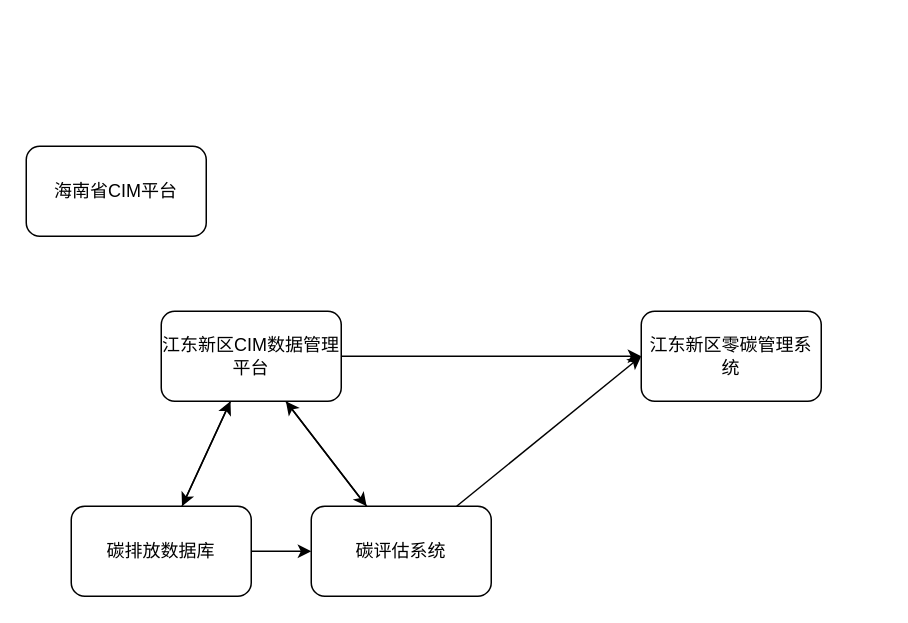
Above: CIM时空大数据总体设计.drawio in gaochaowyq/MinderGraph (draw.io), before the change. Source tidied: cells renumbered, new cells numbered last; positions are measured from the earlier drawing's top-left corner, leaving out a move shared by most shapes. Both pictures are drawn from the tidied source at 150%, with x=0, y=0 at pixel (26, 146).
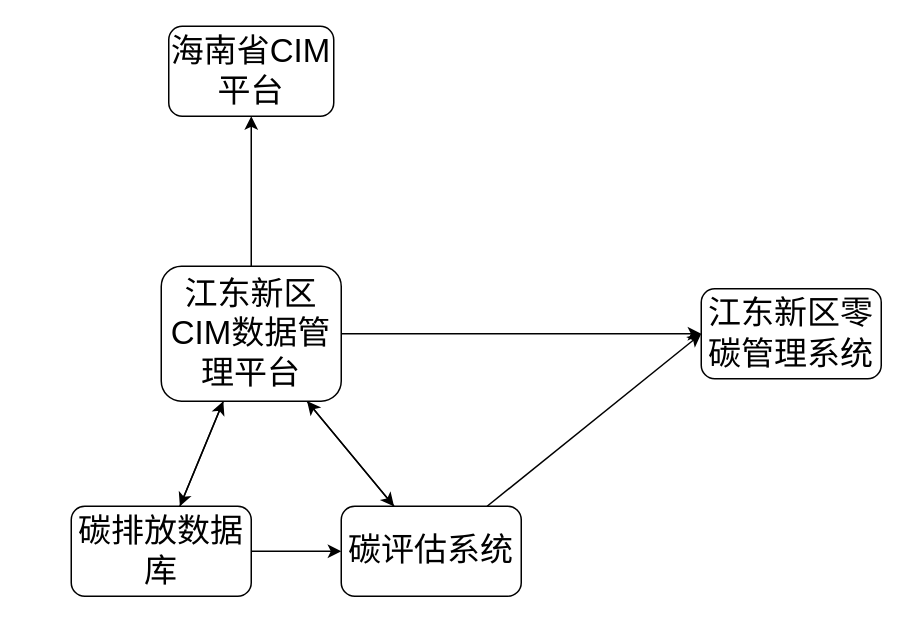
The same page after the edit.

Commit message (it also covers changes not shown here):
更新CIM时空大数据总体设计.drawio

What changed in the source:
```diff
@@
 <mxGraphModel>
   <root>
     <mxCell id="0" />
     <mxCell id="1" parent="0" />
     <mxCell id="2" style="edgeStyle=orthogonalEdgeStyle;rounded=0;jettySize=auto;html=1;" parent="1" edge="1" source="5" target="6">
       <mxGeometry relative="1" as="geometry" />
     </mxCell>
     <mxCell id="3" style="rounded=0;jettySize=auto;html=1;" parent="1" edge="1" source="5" target="9">
       <mxGeometry relative="1" as="geometry" />
     </mxCell>
     <mxCell id="4" style="rounded=0;jettySize=auto;html=1;" parent="1" edge="1" source="5" target="12">
       <mxGeometry relative="1" as="geometry" />
     </mxCell>
+    <mxCell id="14" style="rounded=0;jettySize=auto;html=1;" parent="1" edge="1" source="5" target="13">
+      <mxGeometry relative="1" as="geometry" />
+    </mxCell>
-    <mxCell id="5" value="江东新区CIM数据管理平台" style="rounded=1;whiteSpace=wrap;html=1;" parent="1" vertex="1">
-      <mxGeometry x="90" y="110" width="120" height="60" as="geometry" />
+    <mxCell id="5" value="&lt;font style=&quot;font-size: 22px;&quot;&gt;江东新区CIM数据管理平台&lt;/font&gt;" style="rounded=1;whiteSpace=wrap;html=1;" parent="1" vertex="1">
+      <mxGeometry x="90" y="80" width="120" height="90" as="geometry" />
     </mxCell>
-    <mxCell id="6" value="江东新区零碳管理系统" style="rounded=1;whiteSpace=wrap;html=1;" parent="1" vertex="1">
-      <mxGeometry x="410" y="110" width="120" height="60" as="geometry" />
+    <mxCell id="6" value="&lt;font style=&quot;font-size: 22px;&quot;&gt;江东新区零碳管理系统&lt;/font&gt;" style="rounded=1;whiteSpace=wrap;html=1;" parent="1" vertex="1">
+      <mxGeometry x="450" y="95" width="120" height="60" as="geometry" />
     </mxCell>
     <mxCell id="7" style="edgeStyle=orthogonalEdgeStyle;rounded=0;jettySize=auto;html=1;" parent="1" edge="1" source="9" target="12">
       <mxGeometry relative="1" as="geometry" />
     </mxCell>
     <mxCell id="8" style="rounded=0;jettySize=auto;html=1;" parent="1" edge="1" source="9" target="5">
       <mxGeometry relative="1" as="geometry" />
     </mxCell>
-    <mxCell id="9" value="碳排放数据库" style="rounded=1;whiteSpace=wrap;html=1;" parent="1" vertex="1">
+    <mxCell id="9" value="&lt;font style=&quot;font-size: 22px;&quot;&gt;碳排放数据库&lt;/font&gt;" style="rounded=1;whiteSpace=wrap;html=1;" parent="1" vertex="1">
       <mxGeometry x="30" y="240" width="120" height="60" as="geometry" />
     </mxCell>
     <mxCell id="10" style="rounded=0;jettySize=auto;html=1;entryX=0;entryY=0.5;entryDx=0;entryDy=0;" parent="1" edge="1" source="12" target="6">
       <mxGeometry relative="1" as="geometry" />
     </mxCell>
     <mxCell id="11" style="rounded=0;jettySize=auto;html=1;" parent="1" edge="1" source="12" target="5">
       <mxGeometry relative="1" as="geometry" />
     </mxCell>
-    <mxCell id="12" value="碳评估系统" style="rounded=1;whiteSpace=wrap;html=1;" parent="1" vertex="1">
-      <mxGeometry x="190" y="240" width="120" height="60" as="geometry" />
+    <mxCell id="12" value="&lt;font style=&quot;font-size: 22px;&quot;&gt;碳评估系统&lt;/font&gt;" style="rounded=1;whiteSpace=wrap;html=1;" parent="1" vertex="1">
+      <mxGeometry x="210" y="240" width="120" height="60" as="geometry" />
     </mxCell>
-    <mxCell id="13" value="海南省CIM平台" style="rounded=1;whiteSpace=wrap;html=1;" parent="1" vertex="1">
-      <mxGeometry width="120" height="60" as="geometry" />
+    <mxCell id="13" value="&lt;font style=&quot;font-size: 22px;&quot;&gt;海南省CIM平台&lt;/font&gt;" style="rounded=1;whiteSpace=wrap;html=1;" parent="1" vertex="1">
+      <mxGeometry x="95" y="-80" width="110" height="60" as="geometry" />
     </mxCell>
   </root>
 </mxGraphModel>
```
